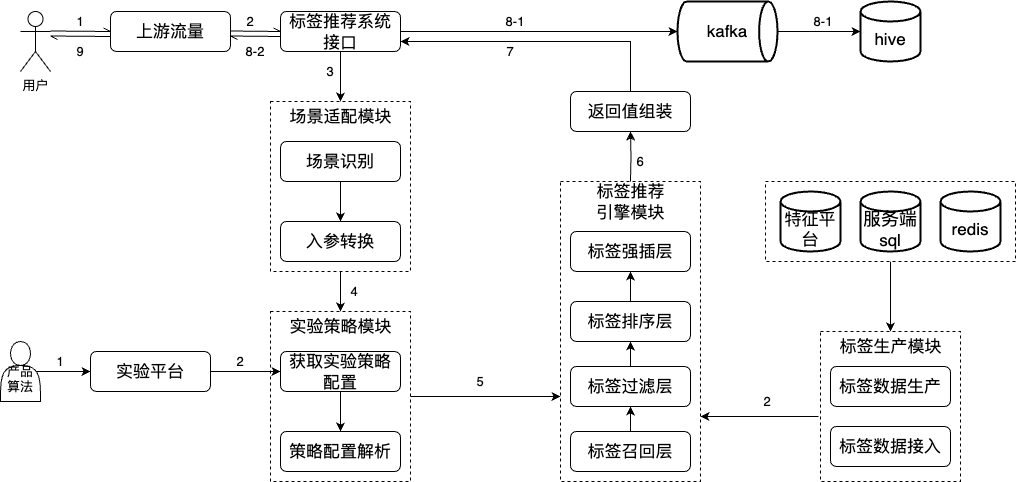
liujunao/draw-data keeps this draw.io diagram as work-draw-file/标签平台数据链路图.png. Above is the earlier version. Source tidied: cells renumbered, new cells last; positions are measured from the earlier drawing's top-left corner, leaving out a move shared by most shapes.
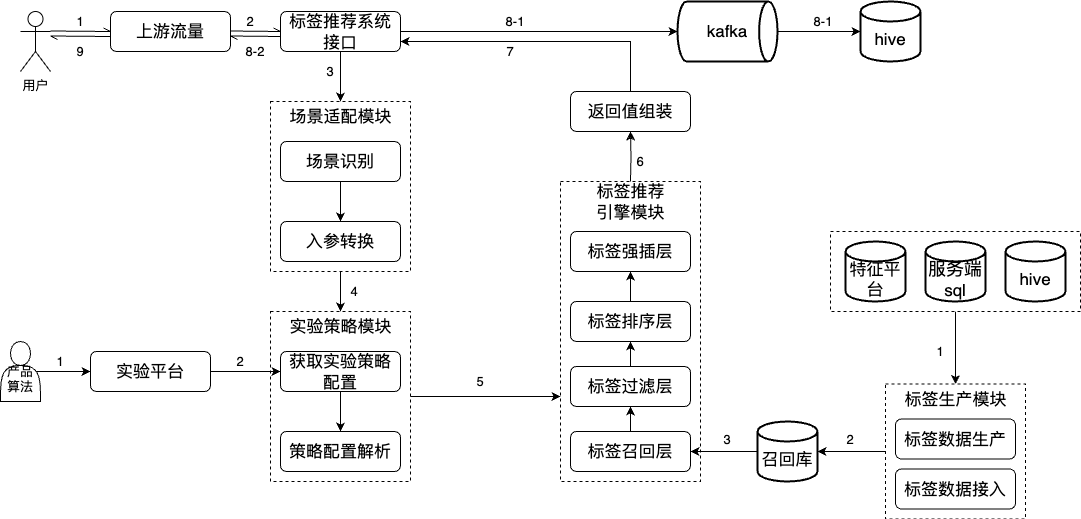
The same file after the commit.

Commit message:
更新标签平台数据链路图.png

What changed in the source:
```diff
@@ -6,10 +6,13 @@
       <mxGeometry relative="1" as="geometry" />
     </mxCell>
     <mxCell id="3" style="rounded=0;whiteSpace=wrap;html=1;dashed=1;" parent="1" vertex="1">
-      <mxGeometry x="765" y="180" width="250" height="80" as="geometry" />
+      <mxGeometry x="830" y="230" width="250" height="80" as="geometry" />
     </mxCell>
+    <mxCell id="66" style="edgeStyle=orthogonalEdgeStyle;rounded=0;jettySize=auto;html=1;exitX=0;exitY=0.5;exitDx=0;exitDy=0;" parent="1" edge="1" source="4" target="68">
+      <mxGeometry relative="1" as="geometry" />
+    </mxCell>
     <mxCell id="4" style="rounded=0;whiteSpace=wrap;html=1;dashed=1;" parent="1" vertex="1">
-      <mxGeometry x="820" y="330" width="140" height="150" as="geometry" />
+      <mxGeometry x="885" y="382.5" width="140" height="135" as="geometry" />
     </mxCell>
     <mxCell id="5" style="rounded=0;whiteSpace=wrap;html=1;dashed=1;" parent="1" vertex="1">
       <mxGeometry x="560" y="180" width="140" height="300" as="geometry" />
@@ -62,7 +65,7 @@
       <mxGeometry x="570" y="230" width="120" height="40" as="geometry" />
     </mxCell>
     <mxCell id="20" value="&lt;font size=&quot;3&quot;&gt;标签数据接入&lt;/font&gt;" style="rounded=1;whiteSpace=wrap;html=1;" parent="1" vertex="1">
-      <mxGeometry x="830" y="425" width="120" height="40" as="geometry" />
+      <mxGeometry x="895" y="467.5" width="120" height="40" as="geometry" />
     </mxCell>
     <mxCell id="21" value="&lt;font size=&quot;3&quot;&gt;上游流量&lt;br&gt;&lt;/font&gt;" style="rounded=1;whiteSpace=wrap;html=1;" parent="1" vertex="1">
       <mxGeometry x="110" y="10" width="120" height="40" as="geometry" />
@@ -103,10 +106,10 @@
       <mxGeometry x="570" y="300" width="120" height="40" as="geometry" />
     </mxCell>
     <mxCell id="33" value="&lt;font size=&quot;3&quot;&gt;标签生产模块&lt;/font&gt;" style="text;html=1;strokeColor=none;fillColor=none;align=center;verticalAlign=middle;whiteSpace=wrap;rounded=0;" parent="1" vertex="1">
-      <mxGeometry x="837.5" y="330" width="105" height="30" as="geometry" />
+      <mxGeometry x="902.5" y="382.5" width="105" height="30" as="geometry" />
     </mxCell>
     <mxCell id="34" value="&lt;font size=&quot;3&quot;&gt;标签数据生产&lt;/font&gt;" style="rounded=1;whiteSpace=wrap;html=1;" parent="1" vertex="1">
-      <mxGeometry x="830" y="365" width="120" height="40" as="geometry" />
+      <mxGeometry x="895" y="417.5" width="120" height="40" as="geometry" />
     </mxCell>
     <mxCell id="35" style="edgeStyle=orthogonalEdgeStyle;rounded=0;jettySize=auto;html=1;exitX=0.5;exitY=0;exitDx=0;exitDy=0;entryX=1;entryY=0.75;entryDx=0;entryDy=0;" parent="1" edge="1" source="36" target="10">
       <mxGeometry relative="1" as="geometry">
@@ -118,12 +121,6 @@
     <mxCell id="36" value="&lt;font size=&quot;3&quot;&gt;返回值组装&lt;/font&gt;" style="rounded=1;whiteSpace=wrap;html=1;" parent="1" vertex="1">
       <mxGeometry x="570" y="90" width="120" height="40" as="geometry" />
     </mxCell>
-    <mxCell id="37" style="endArrow=classic;html=1;rounded=0;exitX=-0.014;exitY=0.641;exitDx=0;exitDy=0;exitPerimeter=0;" parent="1" edge="1">
-      <mxGeometry relative="1" as="geometry">
-        <mxPoint x="818" y="415" as="sourcePoint" />
-        <mxPoint x="700" y="415" as="targetPoint" />
-      </mxGeometry>
-    </mxCell>
     <mxCell id="38" style="endArrow=classic;html=1;rounded=0;exitX=1;exitY=0.5;exitDx=0;exitDy=0;" parent="1" edge="1" source="6">
       <mxGeometry relative="1" as="geometry">
         <mxPoint x="560" y="395" as="targetPoint" />
@@ -196,7 +193,7 @@
       <mxGeometry x="70" y="40" width="20" height="20" as="geometry" />
     </mxCell>
     <mxCell id="57" value="2" style="text;html=1;strokeColor=none;fillColor=none;align=center;verticalAlign=middle;whiteSpace=wrap;rounded=0;" parent="1" vertex="1">
-      <mxGeometry x="757" y="390" width="20" height="20" as="geometry" />
+      <mxGeometry x="840" y="427.5" width="20" height="20" as="geometry" />
     </mxCell>
     <mxCell id="58" style="edgeStyle=orthogonalEdgeStyle;rounded=0;jettySize=auto;html=1;exitX=0.9;exitY=0.5;exitDx=0;exitDy=0;exitPerimeter=0;" parent="1" edge="1" source="59" target="16">
       <mxGeometry relative="1" as="geometry" />
@@ -214,13 +211,25 @@
       <mxGeometry x="807.5" y="10" width="30" height="20" as="geometry" />
     </mxCell>
     <mxCell id="63" value="&lt;br&gt;&lt;font size=&quot;3&quot;&gt;特征平台&lt;/font&gt;" style="strokeWidth=2;html=1;shape=mxgraph.flowchart.database;whiteSpace=wrap;" parent="1" vertex="1">
-      <mxGeometry x="780" y="190" width="60" height="60" as="geometry" />
+      <mxGeometry x="845" y="240" width="60" height="60" as="geometry" />
     </mxCell>
     <mxCell id="64" value="&lt;br&gt;&lt;font style=&quot;font-size: 18px;&quot;&gt;服务端&lt;br&gt;&lt;/font&gt;&lt;font size=&quot;3&quot;&gt;sql&lt;/font&gt;" style="strokeWidth=2;html=1;shape=mxgraph.flowchart.database;whiteSpace=wrap;" parent="1" vertex="1">
-      <mxGeometry x="860" y="190" width="60" height="60" as="geometry" />
+      <mxGeometry x="925" y="240" width="60" height="60" as="geometry" />
     </mxCell>
-    <mxCell id="65" value="&lt;br&gt;&lt;font size=&quot;3&quot;&gt;redis&lt;/font&gt;" style="strokeWidth=2;html=1;shape=mxgraph.flowchart.database;whiteSpace=wrap;" parent="1" vertex="1">
-      <mxGeometry x="940" y="190" width="60" height="60" as="geometry" />
+    <mxCell id="65" value="&lt;br&gt;&lt;font size=&quot;3&quot;&gt;hive&lt;/font&gt;" style="strokeWidth=2;html=1;shape=mxgraph.flowchart.database;whiteSpace=wrap;" parent="1" vertex="1">
+      <mxGeometry x="1005" y="240" width="60" height="60" as="geometry" />
     </mxCell>
+    <mxCell id="67" style="edgeStyle=orthogonalEdgeStyle;rounded=0;jettySize=auto;html=1;exitX=0;exitY=0.5;exitDx=0;exitDy=0;exitPerimeter=0;entryX=1;entryY=0.5;entryDx=0;entryDy=0;" parent="1" edge="1" source="68" target="18">
+      <mxGeometry relative="1" as="geometry" />
+    </mxCell>
+    <mxCell id="68" value="&lt;br&gt;&lt;font size=&quot;3&quot;&gt;召回库&lt;/font&gt;" style="strokeWidth=2;html=1;shape=mxgraph.flowchart.database;whiteSpace=wrap;" parent="1" vertex="1">
+      <mxGeometry x="757" y="420" width="60" height="60" as="geometry" />
+    </mxCell>
+    <mxCell id="69" value="3" style="text;html=1;strokeColor=none;fillColor=none;align=center;verticalAlign=middle;whiteSpace=wrap;rounded=0;" parent="1" vertex="1">
+      <mxGeometry x="717" y="427.5" width="20" height="20" as="geometry" />
+    </mxCell>
+    <mxCell id="70" value="1" style="text;html=1;strokeColor=none;fillColor=none;align=center;verticalAlign=middle;whiteSpace=wrap;rounded=0;" parent="1" vertex="1">
+      <mxGeometry x="930" y="340" width="20" height="20" as="geometry" />
+    </mxCell>
   </root>
 </mxGraphModel>
```
